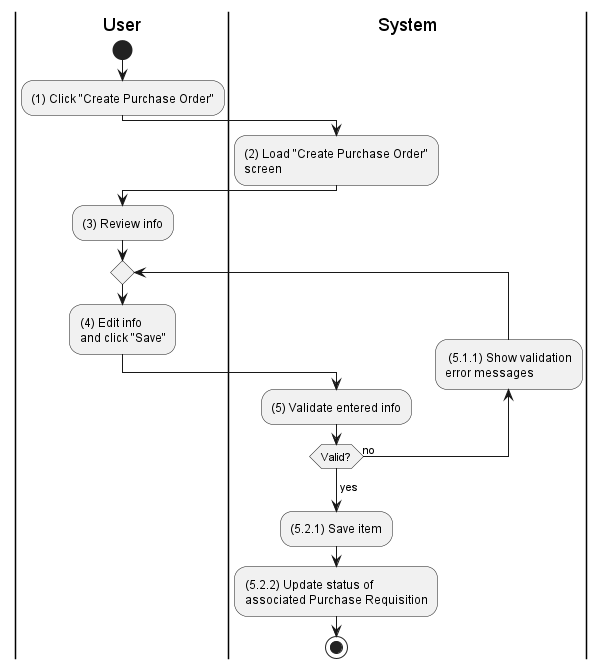
Before: activities/purchase-order-create.png, a diagram exported from PlantUML (phihungha/scmss-reqs).
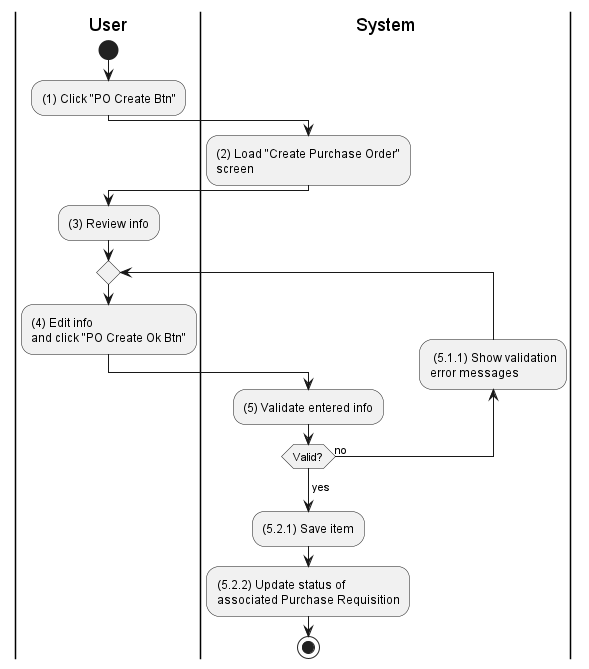
The same file after the commit.

Change to the diagram source:
```diff
@@ -4,7 +4,7 @@
 
 |u|
 start
-:(1) Click "Create Purchase Order";
+:(1) Click "PO Create Btn";
 
 |s|
 :(2) Load "Create Purchase Order"\nscreen;
@@ -12,7 +12,7 @@
 |u|
 :(3) Review info;
 repeat
-    :(4) Edit info\nand click "Save";
+    :(4) Edit info\nand click "PO Create Ok Btn";
 
     |s|
     :(5) Validate entered info;
```
